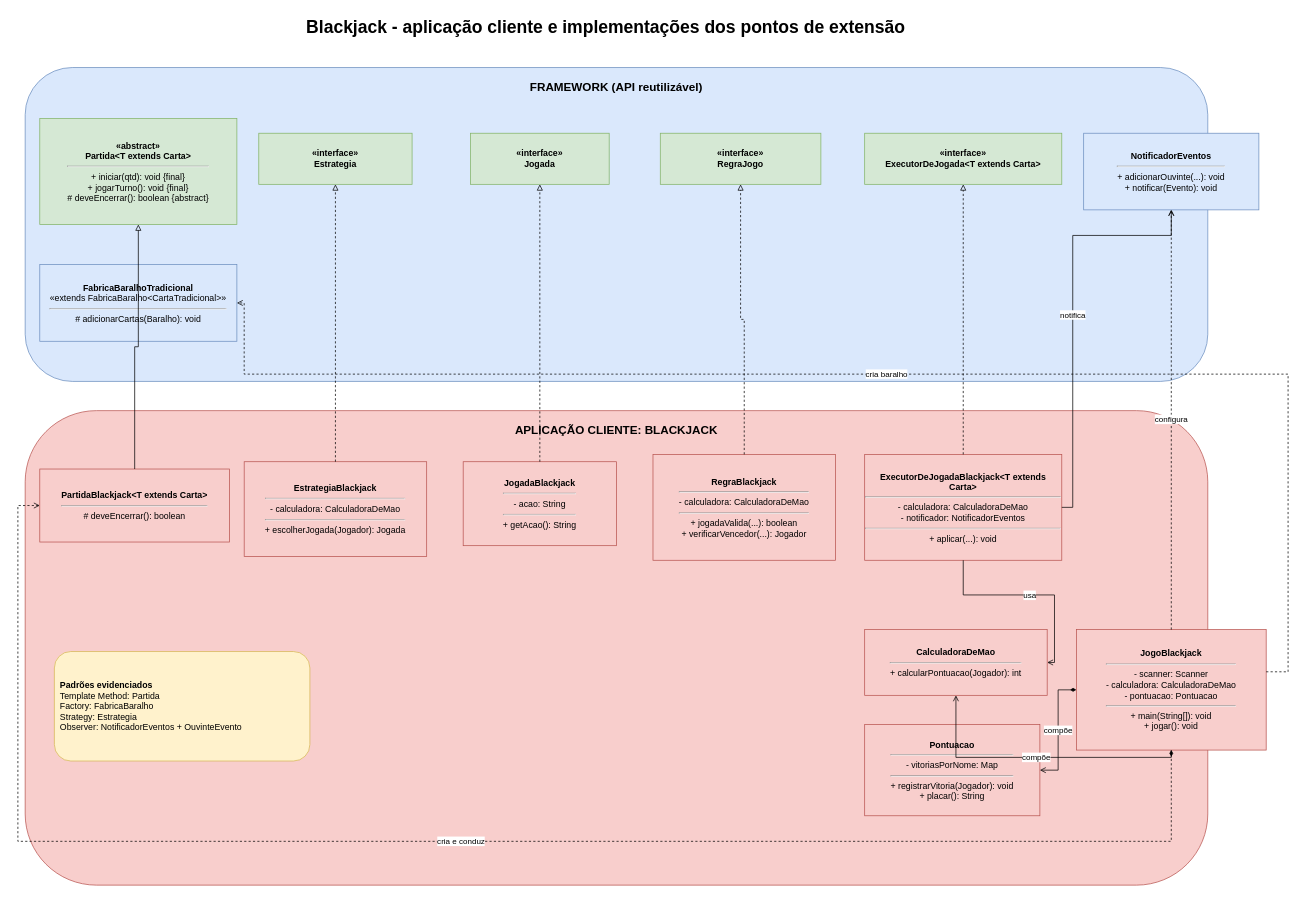
JoaquimLG/map-card-framework keeps this draw.io diagram as page "2 - Aplicação Blackjack" (2 of 2) of docs/diagrama-classes.drawio. Above is the earlier version. Source tidied: cells renumbered, new cells numbered last; positions are measured from the earlier drawing's top-left corner, leaving out a move shared by most shapes. Both pictures are drawn from the tidied source at 73%, with x=0, y=0 at pixel (18, 12).
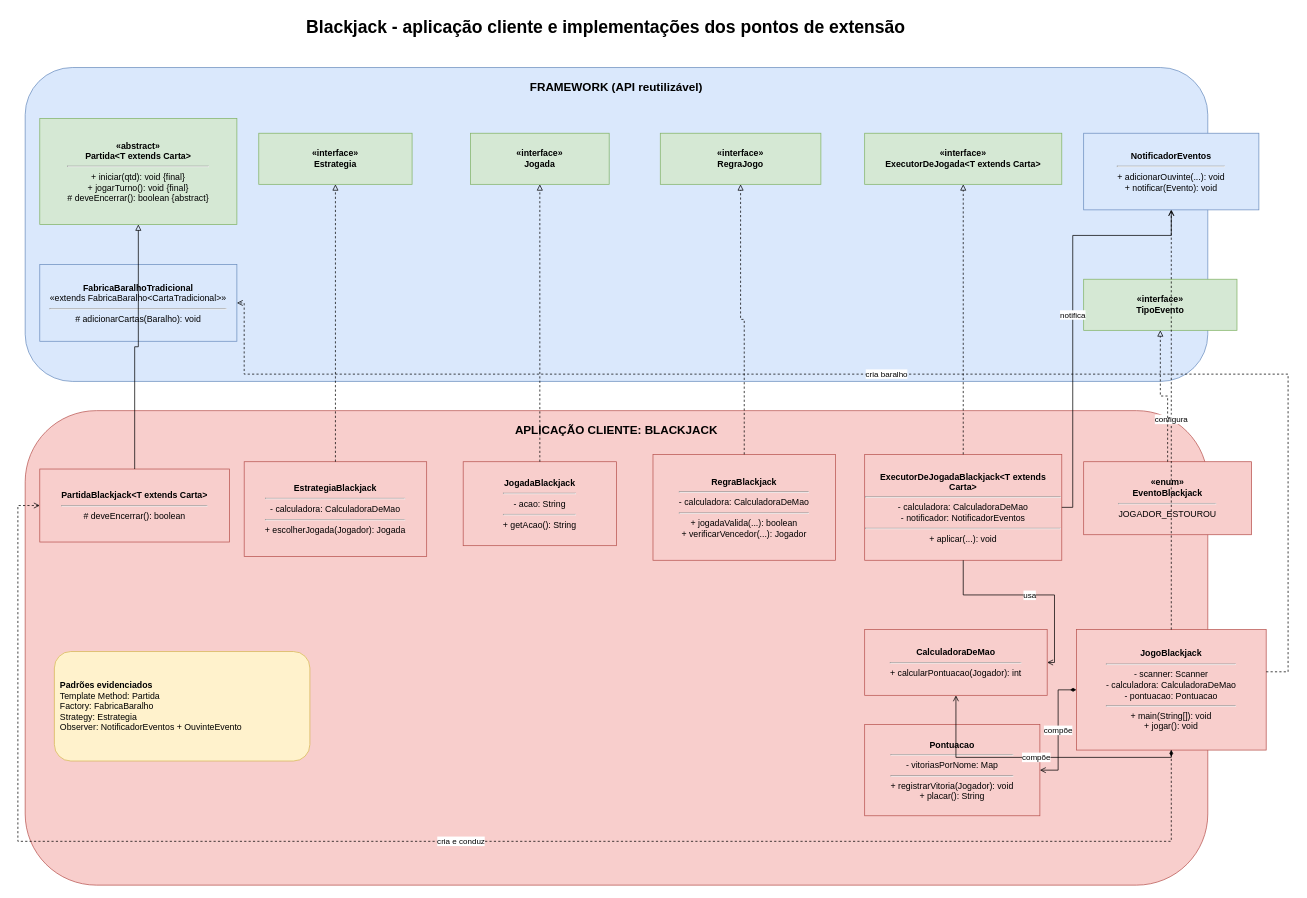
Above is the later version.

What changed in the source:
```diff
@@
+    <mxCell id="33" value="&lt;b&gt;&amp;laquo;interface&amp;raquo;&lt;br&gt;TipoEvento&lt;/b&gt;" style="rounded=0;whiteSpace=wrap;html=1;fillColor=#d5e8d4;strokeColor=#82b366;" parent="1" vertex="1">
+      <mxGeometry x="1460" y="365" width="210" height="70" as="geometry" />
+    </mxCell>
+    <mxCell id="34" value="&lt;b&gt;&amp;laquo;enum&amp;raquo;&lt;br&gt;EventoBlackjack&lt;/b&gt;&lt;hr&gt;JOGADOR_ESTOUROU" style="rounded=0;whiteSpace=wrap;html=1;fillColor=#f8cecc;strokeColor=#b85450;" parent="1" vertex="1">
+      <mxGeometry x="1460" y="615" width="230" height="100" as="geometry" />
+    </mxCell>
@@
+    <mxCell id="35" style="edgeStyle=orthogonalEdgeStyle;rounded=0;html=1;dashed=1;endArrow=block;endFill=0;" parent="1" edge="1" source="34" target="33">
+      <mxGeometry relative="1" as="geometry" />
+    </mxCell>
```
